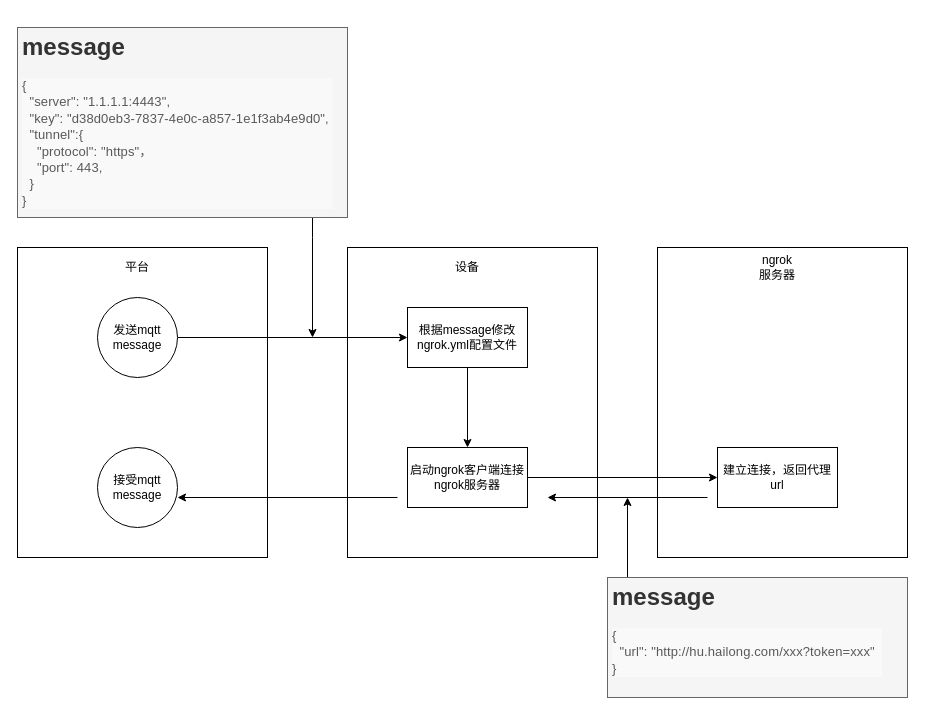
Before: 设备端  ngrok 流程.drawio in huhailong147/Test, a draw.io diagram. Source tidied: cells renumbered, new cells numbered last; positions are measured from the earlier drawing's top-left corner, leaving out a move shared by most shapes. Both pictures are drawn from the tidied source at 100%, with x=0, y=0 at pixel (17, 27).
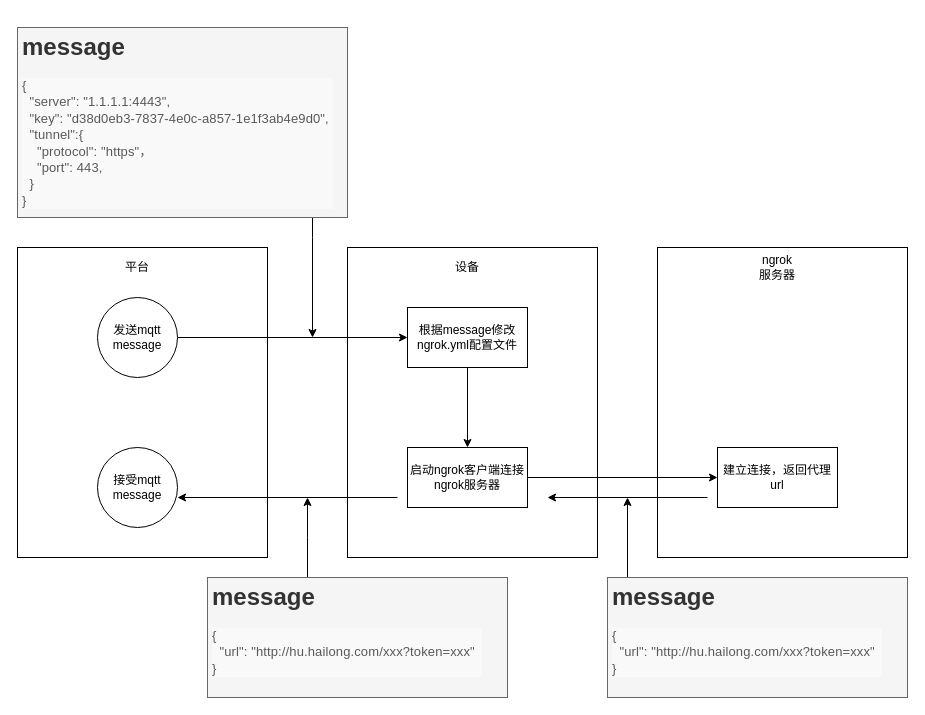
After the change.

Commit message (it also covers changes not shown here):
Update 设备端  ngrok 流程.drawio

What changed in the source:
```diff
@@
+    <mxCell id="22" style="edgeStyle=orthogonalEdgeStyle;rounded=0;jettySize=auto;html=1;" parent="1" edge="1" source="23">
+      <mxGeometry relative="1" as="geometry">
+        <mxPoint x="290" y="470" as="targetPoint" />
+        <Array as="points">
+          <mxPoint x="290" y="510" />
+          <mxPoint x="290" y="510" />
+        </Array>
+      </mxGeometry>
+    </mxCell>
+    <mxCell id="23" value="&lt;h1&gt;message&lt;/h1&gt;&lt;div&gt;&lt;pre class=&quot;cm-s-default&quot; style=&quot;box-sizing: border-box ; margin-top: 0px ; margin-bottom: 0px ; overflow: visible ; border-radius: 0px ; border-width: 0px ; background: rgb(249 , 249 , 249) ; overflow-wrap: normal ; line-height: inherit ; z-index: 2 ; position: relative ; padding: 0px ; word-break: break-word&quot;&gt;&lt;span class=&quot;lake-preview-line&quot; style=&quot;box-sizing: border-box ; display: flex&quot;&gt;&lt;span class=&quot;lake-preview-codeblock-content&quot; style=&quot;box-sizing: border-box&quot;&gt;&lt;font color=&quot;#595959&quot; face=&quot;Helvetica&quot;&gt;&lt;span style=&quot;font-size: 13px ; letter-spacing: 0.12px&quot;&gt;{&lt;br&gt;  &quot;url&quot;: &quot;&lt;/span&gt;&lt;span style=&quot;font-size: 13px ; letter-spacing: 0.12px&quot;&gt;http://hu.hailong.com/xxx?token=xxx&lt;/span&gt;&lt;/font&gt;&lt;span style=&quot;font-size: 13px ; letter-spacing: 0.12px ; color: rgb(89 , 89 , 89) ; font-family: &amp;#34;helvetica&amp;#34;&quot;&gt;&quot;&lt;br/&gt;}&lt;/span&gt;&lt;/span&gt;&lt;span class=&quot;lake-preview-codeblock-content&quot; style=&quot;box-sizing: border-box&quot;&gt;&lt;span style=&quot;font-size: 13px ; letter-spacing: 0.12px ; color: rgb(89 , 89 , 89) ; font-family: &amp;#34;helvetica&amp;#34;&quot;&gt;&lt;br&gt;&lt;/span&gt;&lt;/span&gt;&lt;span class=&quot;lake-preview-codeblock-content&quot; style=&quot;box-sizing: border-box&quot;&gt;&lt;font color=&quot;#595959&quot; face=&quot;Helvetica&quot;&gt;&lt;span style=&quot;font-size: 13px ; letter-spacing: 0.12px&quot;&gt;  &lt;/span&gt;&lt;/font&gt;&lt;font color=&quot;#595959&quot; face=&quot;inherit&quot;&gt;&lt;span style=&quot;letter-spacing: 0.12px&quot;&gt;&lt;br&gt;&lt;/span&gt;&lt;/font&gt;&lt;/span&gt;&lt;/span&gt;&lt;/pre&gt;&lt;/div&gt;" style="text;html=1;spacing=5;spacingTop=-20;whiteSpace=wrap;overflow=hidden;rounded=0;fillColor=#f5f5f5;strokeColor=#666666;fontColor=#333333;" parent="1" vertex="1">
+      <mxGeometry x="190" y="550" width="300" height="120" as="geometry" />
+    </mxCell>
```
